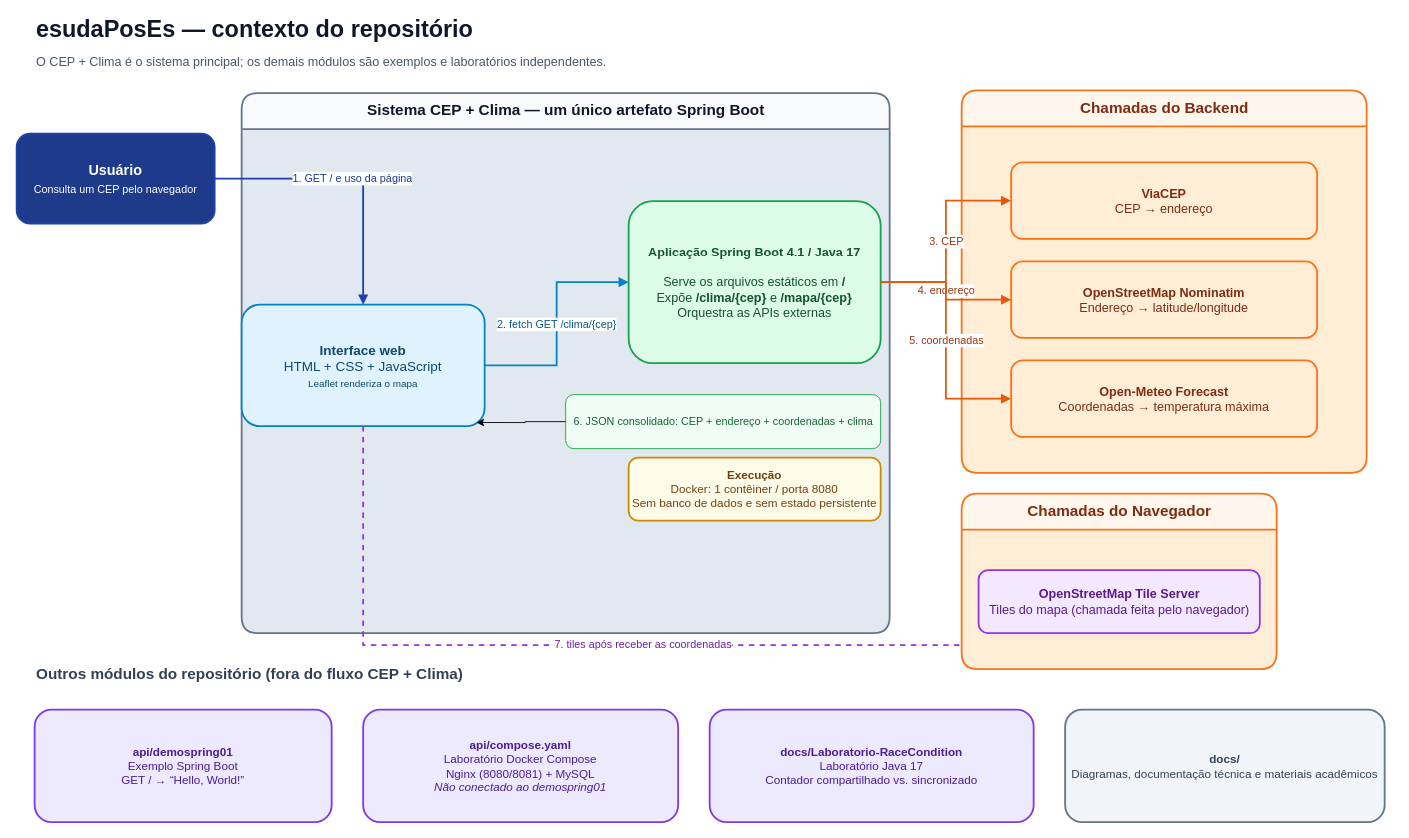
This is page "01 - Contexto e escopo" (1 of 4) of docs/Felipe.drawio from arcorreiaa/esudaPosEs, a draw.io file, before an edit. Source tidied: cells renumbered, new cells numbered last; positions are measured from the earlier drawing's top-left corner, leaving out a move shared by most shapes. Both pictures are drawn from the tidied source at 90%, with x=0, y=0 at pixel (16, 16).
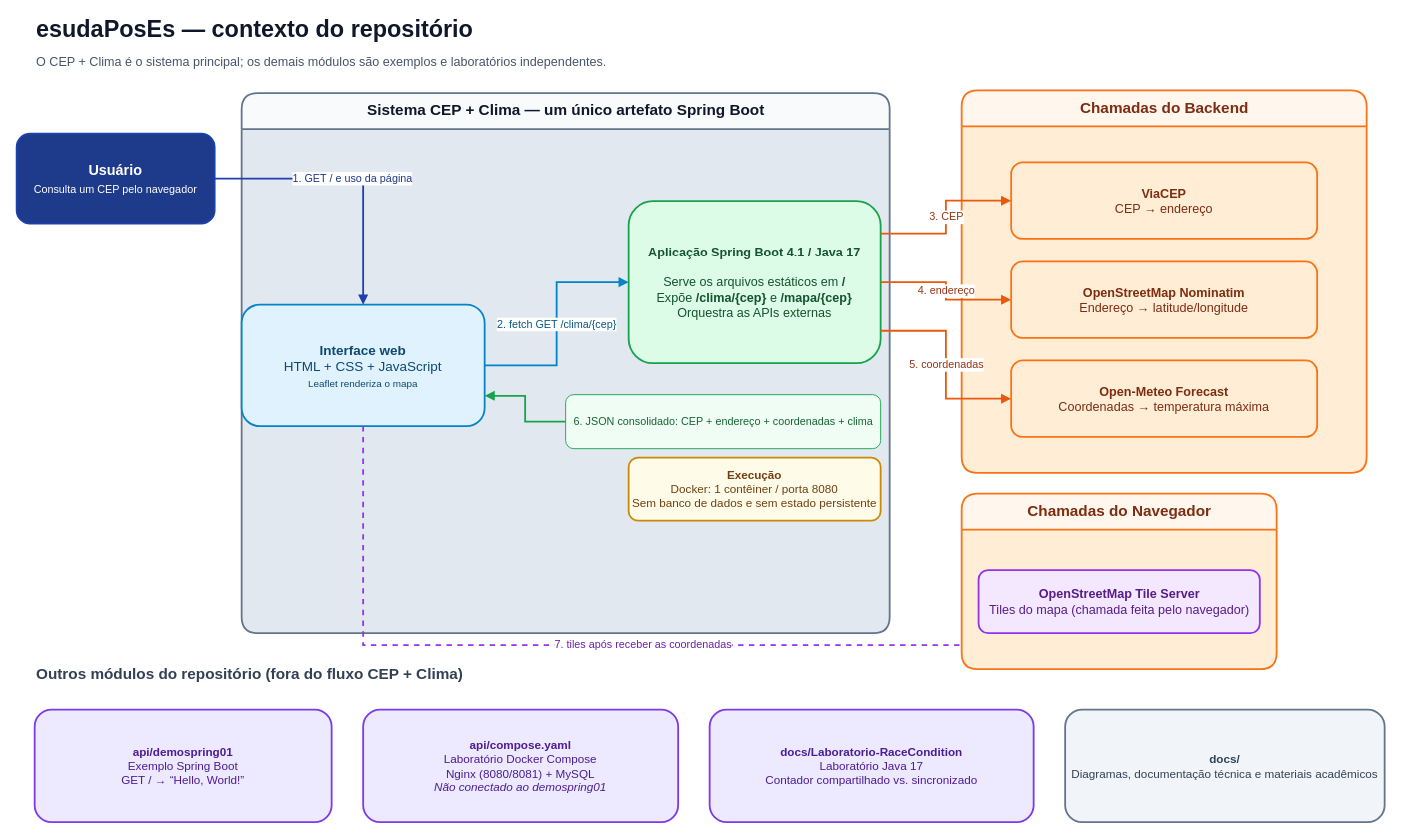
The same page after the edit.

The change refers to these unchanged cells:
```xml
<mxCell id="4" value="&lt;b&gt;Sistema CEP + Clima&lt;/b&gt; — um único artefato Spring Boot" style="swimlane;html=1;rounded=1;startSize=40;horizontal=1;fillColor=#F8FAFC;swimlaneFillColor=#E2E8F0;strokeColor=#64748B;fontColor=#0F172A;fontSize=17;fontStyle=1;strokeWidth=2;" parent="1" vertex="1">
  <mxGeometry x="250" y="85" width="720" height="600" as="geometry" />
</mxCell>
<mxCell id="5" value="&lt;b&gt;Interface web&lt;/b&gt;&lt;br&gt;HTML + CSS + JavaScript&lt;br&gt;&lt;font style=&quot;font-size:11px&quot;&gt;Leaflet renderiza o mapa&lt;/font&gt;" style="rounded=1;whiteSpace=wrap;html=1;fillColor=#E0F2FE;strokeColor=#0284C7;fontColor=#0C4A6E;fontSize=15;strokeWidth=2;" parent="4" vertex="1">
  <mxGeometry y="235" width="270" height="135" as="geometry" />
</mxCell>
<mxCell id="6" value="&lt;b&gt;Aplicação Spring Boot 4.1 / Java 17&lt;/b&gt;&lt;br&gt;&lt;br&gt;Serve os arquivos estáticos em &lt;b&gt;/&lt;/b&gt;&lt;br&gt;Expõe &lt;b&gt;/clima/{cep}&lt;/b&gt; e &lt;b&gt;/mapa/{cep}&lt;/b&gt;&lt;br&gt;Orquestra as APIs externas" style="rounded=1;whiteSpace=wrap;html=1;fillColor=#DCFCE7;strokeColor=#16A34A;fontColor=#14532D;fontSize=14;strokeWidth=2;" parent="4" vertex="1">
  <mxGeometry x="430" y="120" width="280" height="180" as="geometry" />
</mxCell>
<mxCell id="8" value="6. JSON consolidado: CEP + endereço + coordenadas + clima" style="text;html=1;rounded=1;strokeColor=#16A34A;fillColor=#F0FDF4;align=center;verticalAlign=middle;fontSize=12;fontColor=#166534;" parent="4" vertex="1">
  <mxGeometry x="360" y="335" width="350" height="60" as="geometry" />
</mxCell>
<mxCell id="11" value="&lt;b&gt;ViaCEP&lt;/b&gt;&lt;br&gt;CEP → endereço" style="rounded=1;whiteSpace=wrap;html=1;fillColor=#FFEDD5;strokeColor=#F97316;fontColor=#7C2D12;fontSize=14;strokeWidth=2;" parent="10" vertex="1">
  <mxGeometry x="55" y="80" width="340" height="85" as="geometry" />
</mxCell>
<mxCell id="12" value="&lt;b&gt;OpenStreetMap Nominatim&lt;/b&gt;&lt;br&gt;Endereço → latitude/longitude" style="rounded=1;whiteSpace=wrap;html=1;fillColor=#FFEDD5;strokeColor=#F97316;fontColor=#7C2D12;fontSize=14;strokeWidth=2;" parent="10" vertex="1">
  <mxGeometry x="55" y="190" width="340" height="85" as="geometry" />
</mxCell>
<mxCell id="13" value="&lt;b&gt;Open-Meteo Forecast&lt;/b&gt;&lt;br&gt;Coordenadas → temperatura máxima" style="rounded=1;whiteSpace=wrap;html=1;fillColor=#FFEDD5;strokeColor=#F97316;fontColor=#7C2D12;fontSize=14;strokeWidth=2;" parent="10" vertex="1">
  <mxGeometry x="55" y="300" width="340" height="85" as="geometry" />
</mxCell>
```

What changed in the source:
```diff
@@
-    <mxCell id="9" style="edgeStyle=orthogonalEdgeStyle;rounded=0;jettySize=auto;html=1;entryX=0.966;entryY=0.97;entryDx=0;entryDy=0;entryPerimeter=0;" parent="4" edge="1" source="8" target="5">
+    <mxCell id="9" style="edgeStyle=orthogonalEdgeStyle;rounded=0;jettySize=auto;html=1;endArrow=block;endFill=1;strokeColor=#16A34A;strokeWidth=2;exitX=0;exitY=0.5;exitDx=0;exitDy=0;entryX=1;entryY=0.75;entryDx=0;entryDy=0;entryPerimeter=0;" parent="4" edge="1" source="8" target="5">
       <mxGeometry relative="1" as="geometry" />
     </mxCell>
@@
-    <mxCell id="16" value="3. CEP" style="edgeStyle=orthogonalEdgeStyle;rounded=0;jettySize=auto;html=1;endArrow=block;endFill=1;strokeColor=#EA580C;fontColor=#9A3412;fontSize=12;strokeWidth=2;" parent="1" edge="1" source="6" target="11">
+    <mxCell id="16" value="3. CEP" style="edgeStyle=orthogonalEdgeStyle;rounded=0;jettySize=auto;html=1;endArrow=block;endFill=1;strokeColor=#EA580C;fontColor=#9A3412;fontSize=12;strokeWidth=2;exitX=1;exitY=0.2;exitDx=0;exitDy=0;entryX=0;entryY=0.5;entryDx=0;entryDy=0;" parent="1" edge="1" source="6" target="11">
       <mxGeometry relative="1" as="geometry" />
     </mxCell>
-    <mxCell id="17" value="4. endereço" style="edgeStyle=orthogonalEdgeStyle;rounded=0;jettySize=auto;html=1;endArrow=block;endFill=1;strokeColor=#EA580C;fontColor=#9A3412;fontSize=12;strokeWidth=2;" parent="1" edge="1" source="6" target="12">
+    <mxCell id="17" value="4. endereço" style="edgeStyle=orthogonalEdgeStyle;rounded=0;jettySize=auto;html=1;endArrow=block;endFill=1;strokeColor=#EA580C;fontColor=#9A3412;fontSize=12;strokeWidth=2;exitX=1;exitY=0.5;exitDx=0;exitDy=0;entryX=0;entryY=0.5;entryDx=0;entryDy=0;" parent="1" edge="1" source="6" target="12">
       <mxGeometry relative="1" as="geometry" />
     </mxCell>
-    <mxCell id="18" value="5. coordenadas" style="edgeStyle=orthogonalEdgeStyle;rounded=0;jettySize=auto;html=1;endArrow=block;endFill=1;strokeColor=#EA580C;fontColor=#9A3412;fontSize=12;strokeWidth=2;" parent="1" edge="1" source="6" target="13">
+    <mxCell id="18" value="5. coordenadas" style="edgeStyle=orthogonalEdgeStyle;rounded=0;jettySize=auto;html=1;endArrow=block;endFill=1;strokeColor=#EA580C;fontColor=#9A3412;fontSize=12;strokeWidth=2;exitX=1;exitY=0.8;exitDx=0;exitDy=0;entryX=0;entryY=0.5;entryDx=0;entryDy=0;" parent="1" edge="1" source="6" target="13">
       <mxGeometry relative="1" as="geometry" />
     </mxCell>
```
